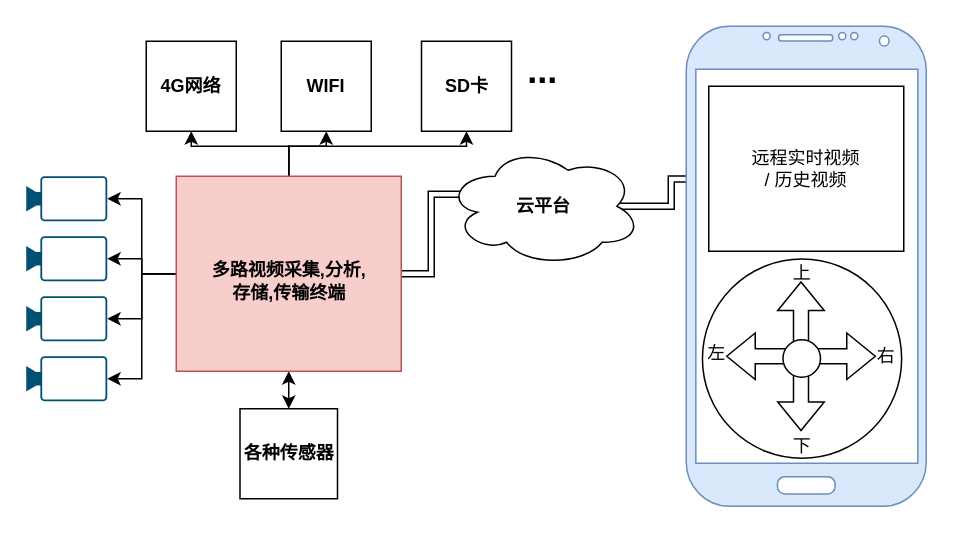
The draw.io diagram 1.drawio in chendong-2023/cmd, before the edit. Source tidied: cells renumbered, new cells numbered last; positions are measured from the earlier drawing's top-left corner, leaving out a move shared by most shapes. Both pictures are drawn from the tidied source at 150%, with x=0, y=0 at pixel (26, 26).
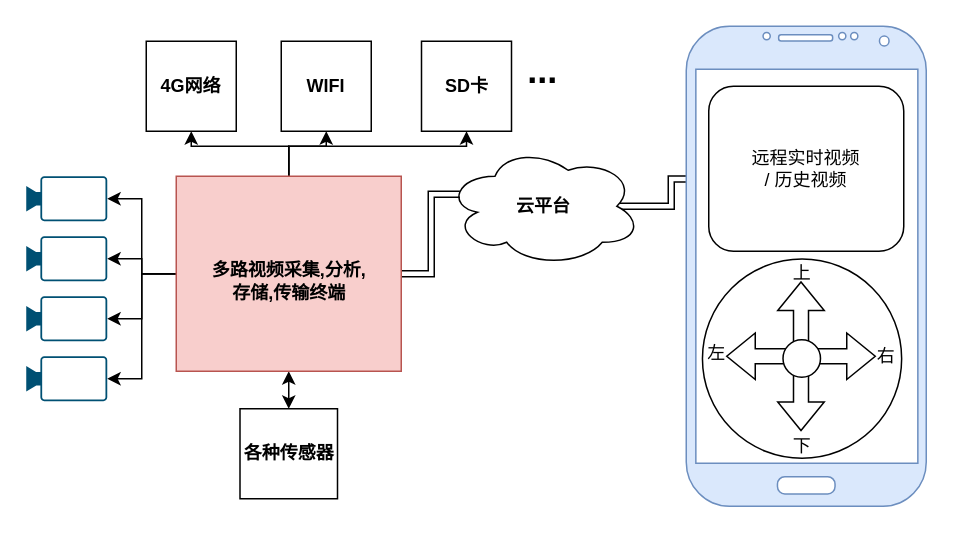
After the change.

Diff of the diagram source:
```diff
@@
-    <mxCell id="25" value="远程实时视频&lt;br&gt;/&amp;nbsp;历史视频" style="whiteSpace=wrap;html=1;" parent="1" vertex="1">
+    <mxCell id="25" value="远程实时视频&lt;br&gt;/&amp;nbsp;历史视频" style="whiteSpace=wrap;html=1;rounded=1;" parent="1" vertex="1">
       <mxGeometry x="455" y="40" width="130" height="110" as="geometry" />
     </mxCell>
```
